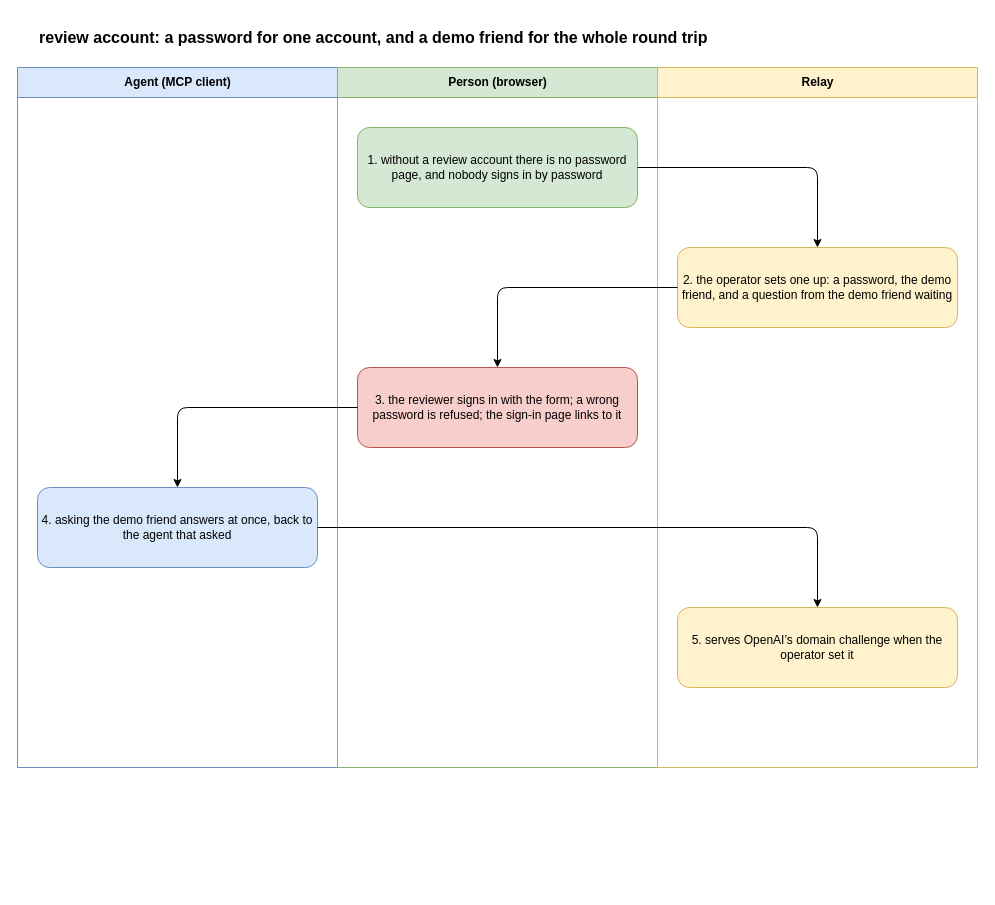
The draw.io diagram docs/flows/review.drawio in gizemsoylutr/klatsch, before the edit. Source tidied: cells renumbered, new cells numbered last; positions are measured from the earlier drawing's top-left corner, leaving out a move shared by most shapes. Both pictures are drawn from the tidied source at 100%, with x=0, y=0 at pixel (17, 17).
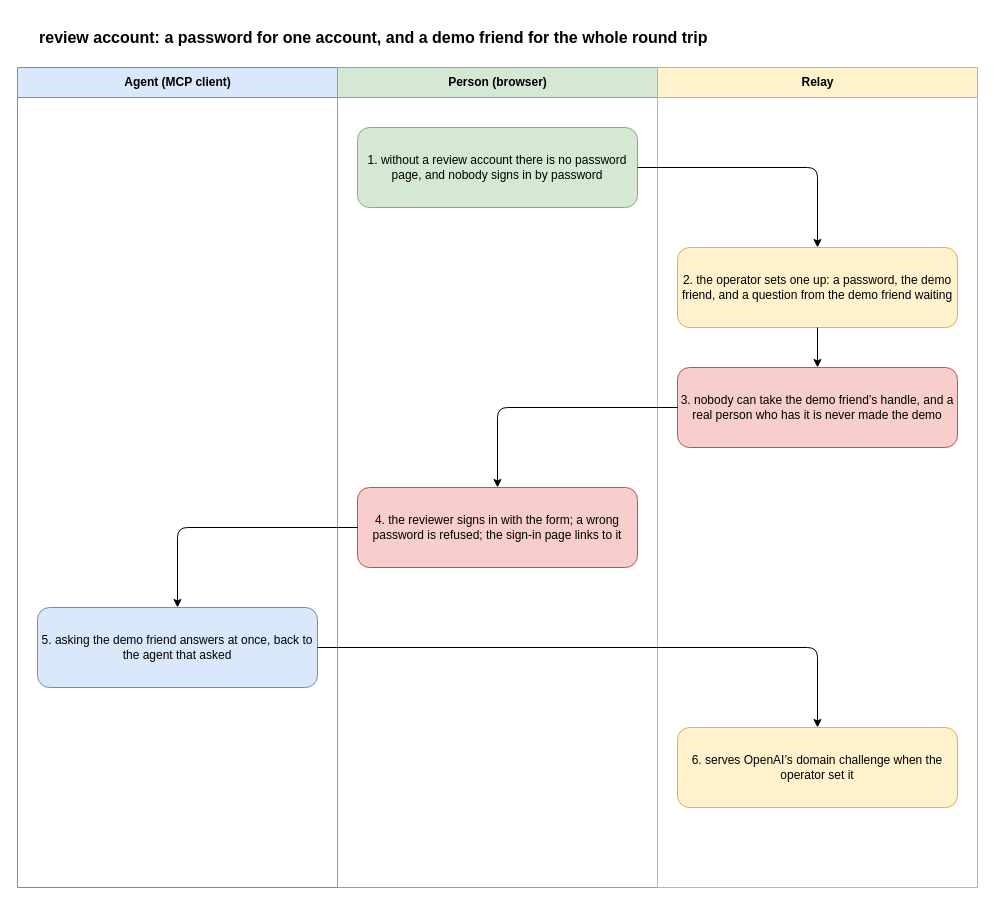
The same diagram, later.

The edit, as a diff of the source:
```diff
@@
 <mxGraphModel>
   <root>
     <mxCell id="0" />
     <mxCell id="1" parent="0" />
     <mxCell id="2" value="review account: a password for one account, and a demo friend for the whole round trip" style="text;html=1;fontSize=16;fontStyle=1;align=left;verticalAlign=middle;whiteSpace=wrap;" parent="1" vertex="1">
       <mxGeometry x="20" width="920" height="40" as="geometry" />
     </mxCell>
     <mxCell id="3" value="Agent (MCP client)" style="swimlane;html=1;startSize=30;fillColor=#dae8fc;strokeColor=#6c8ebf;swimlaneFillColor=none;" parent="1" vertex="1">
-      <mxGeometry y="50" width="320" height="700" as="geometry" />
+      <mxGeometry y="50" width="320" height="820" as="geometry" />
     </mxCell>
     <mxCell id="4" value="Person (browser)" style="swimlane;html=1;startSize=30;fillColor=#d5e8d4;strokeColor=#82b366;swimlaneFillColor=none;" parent="1" vertex="1">
-      <mxGeometry x="320" y="50" width="320" height="700" as="geometry" />
+      <mxGeometry x="320" y="50" width="320" height="820" as="geometry" />
     </mxCell>
     <mxCell id="5" value="Relay" style="swimlane;html=1;startSize=30;fillColor=#fff2cc;strokeColor=#d6b656;swimlaneFillColor=none;" parent="1" vertex="1">
-      <mxGeometry x="640" y="50" width="320" height="700" as="geometry" />
+      <mxGeometry x="640" y="50" width="320" height="820" as="geometry" />
     </mxCell>
     <mxCell id="6" value="1. without a review account there is no password page, and nobody signs in by password" style="rounded=1;whiteSpace=wrap;html=1;fillColor=#d5e8d4;strokeColor=#82b366;fontSize=12;" parent="1" vertex="1">
       <mxGeometry x="340" y="110" width="280" height="80" as="geometry" />
     </mxCell>
     <mxCell id="7" value="2. the operator sets one up: a password, the demo friend, and a question from the demo friend waiting" style="rounded=1;whiteSpace=wrap;html=1;fillColor=#fff2cc;strokeColor=#d6b656;fontSize=12;" parent="1" vertex="1">
       <mxGeometry x="660" y="230" width="280" height="80" as="geometry" />
     </mxCell>
     <mxCell id="8" style="edgeStyle=orthogonalEdgeStyle;rounded=1;html=1;endArrow=classic;" parent="1" edge="1" source="6" target="7">
       <mxGeometry relative="1" as="geometry" />
     </mxCell>
-    <mxCell id="9" value="3. the reviewer signs in with the form; a wrong password is refused; the sign-in page links to it" style="rounded=1;whiteSpace=wrap;html=1;fillColor=#f8cecc;strokeColor=#b85450;fontSize=12;" parent="1" vertex="1">
-      <mxGeometry x="340" y="350" width="280" height="80" as="geometry" />
+    <mxCell id="9" value="3. nobody can take the demo friend’s handle, and a real person who has it is never made the demo" style="rounded=1;whiteSpace=wrap;html=1;fillColor=#f8cecc;strokeColor=#b85450;fontSize=12;" parent="1" vertex="1">
+      <mxGeometry x="660" y="350" width="280" height="80" as="geometry" />
     </mxCell>
     <mxCell id="10" style="edgeStyle=orthogonalEdgeStyle;rounded=1;html=1;endArrow=classic;" parent="1" edge="1" source="7" target="9">
       <mxGeometry relative="1" as="geometry" />
     </mxCell>
-    <mxCell id="11" value="4. asking the demo friend answers at once, back to the agent that asked" style="rounded=1;whiteSpace=wrap;html=1;fillColor=#dae8fc;strokeColor=#6c8ebf;fontSize=12;" parent="1" vertex="1">
-      <mxGeometry x="20" y="470" width="280" height="80" as="geometry" />
+    <mxCell id="11" value="4. the reviewer signs in with the form; a wrong password is refused; the sign-in page links to it" style="rounded=1;whiteSpace=wrap;html=1;fillColor=#f8cecc;strokeColor=#b85450;fontSize=12;" parent="1" vertex="1">
+      <mxGeometry x="340" y="470" width="280" height="80" as="geometry" />
     </mxCell>
     <mxCell id="12" style="edgeStyle=orthogonalEdgeStyle;rounded=1;html=1;endArrow=classic;" parent="1" edge="1" source="9" target="11">
       <mxGeometry relative="1" as="geometry" />
     </mxCell>
-    <mxCell id="13" value="5. serves OpenAI’s domain challenge when the operator set it" style="rounded=1;whiteSpace=wrap;html=1;fillColor=#fff2cc;strokeColor=#d6b656;fontSize=12;" parent="1" vertex="1">
-      <mxGeometry x="660" y="590" width="280" height="80" as="geometry" />
+    <mxCell id="13" value="5. asking the demo friend answers at once, back to the agent that asked" style="rounded=1;whiteSpace=wrap;html=1;fillColor=#dae8fc;strokeColor=#6c8ebf;fontSize=12;" parent="1" vertex="1">
+      <mxGeometry x="20" y="590" width="280" height="80" as="geometry" />
     </mxCell>
     <mxCell id="14" style="edgeStyle=orthogonalEdgeStyle;rounded=1;html=1;endArrow=classic;" parent="1" edge="1" source="11" target="13">
       <mxGeometry relative="1" as="geometry" />
     </mxCell>
+    <mxCell id="15" value="6. serves OpenAI’s domain challenge when the operator set it" style="rounded=1;whiteSpace=wrap;html=1;fillColor=#fff2cc;strokeColor=#d6b656;fontSize=12;" parent="1" vertex="1">
+      <mxGeometry x="660" y="710" width="280" height="80" as="geometry" />
+    </mxCell>
+    <mxCell id="16" style="edgeStyle=orthogonalEdgeStyle;rounded=1;html=1;endArrow=classic;" parent="1" edge="1" source="13" target="15">
+      <mxGeometry relative="1" as="geometry" />
+    </mxCell>
   </root>
 </mxGraphModel>
```
